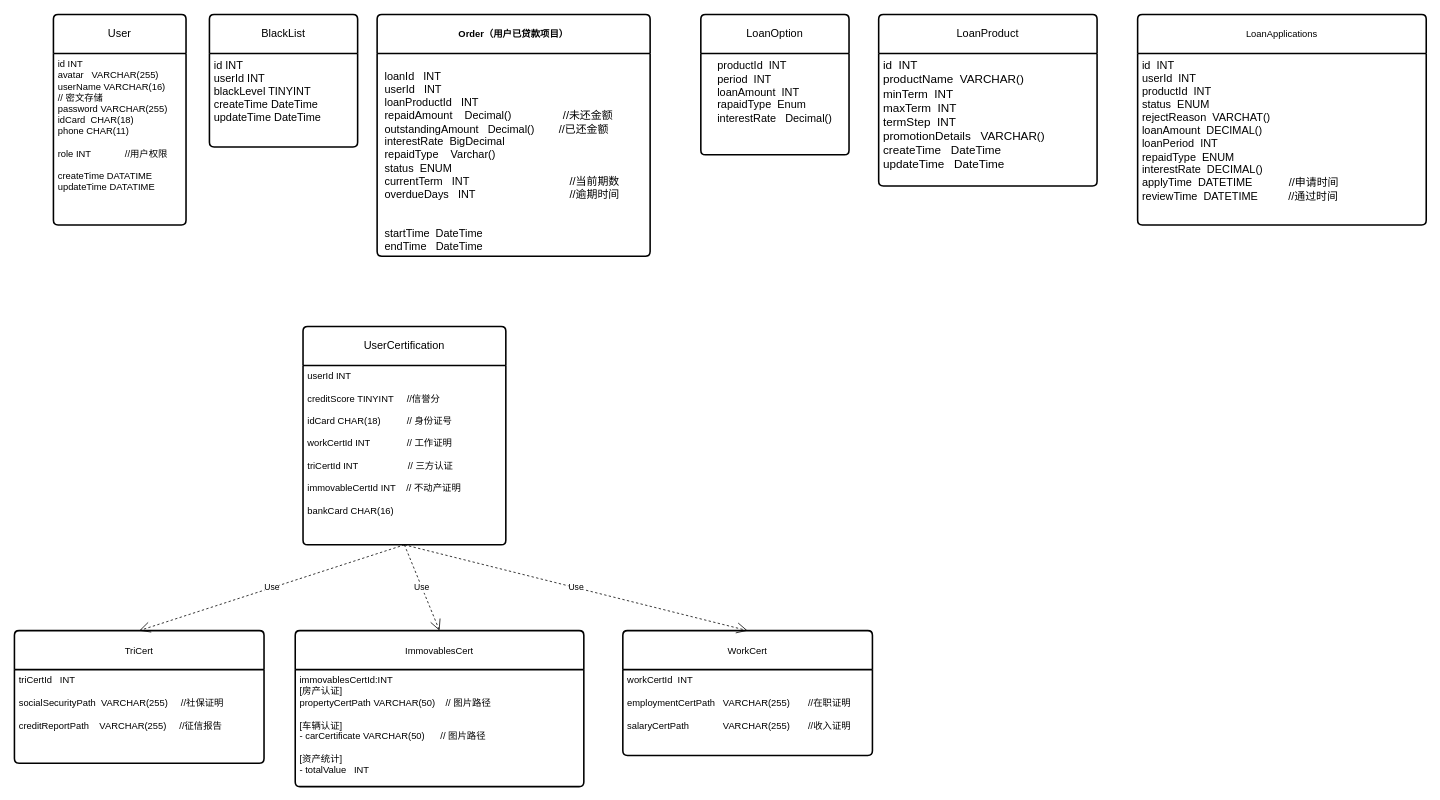
The draw.io diagram 需求分析/数据库图.drawio in syntheticfeather/Conpre_object, before the edit. Source tidied: cells renumbered, new cells numbered last; positions are measured from the earlier drawing's top-left corner, leaving out a move shared by most shapes. Both pictures are drawn from the tidied source at 78%, with x=0, y=0 at pixel (14, 14).
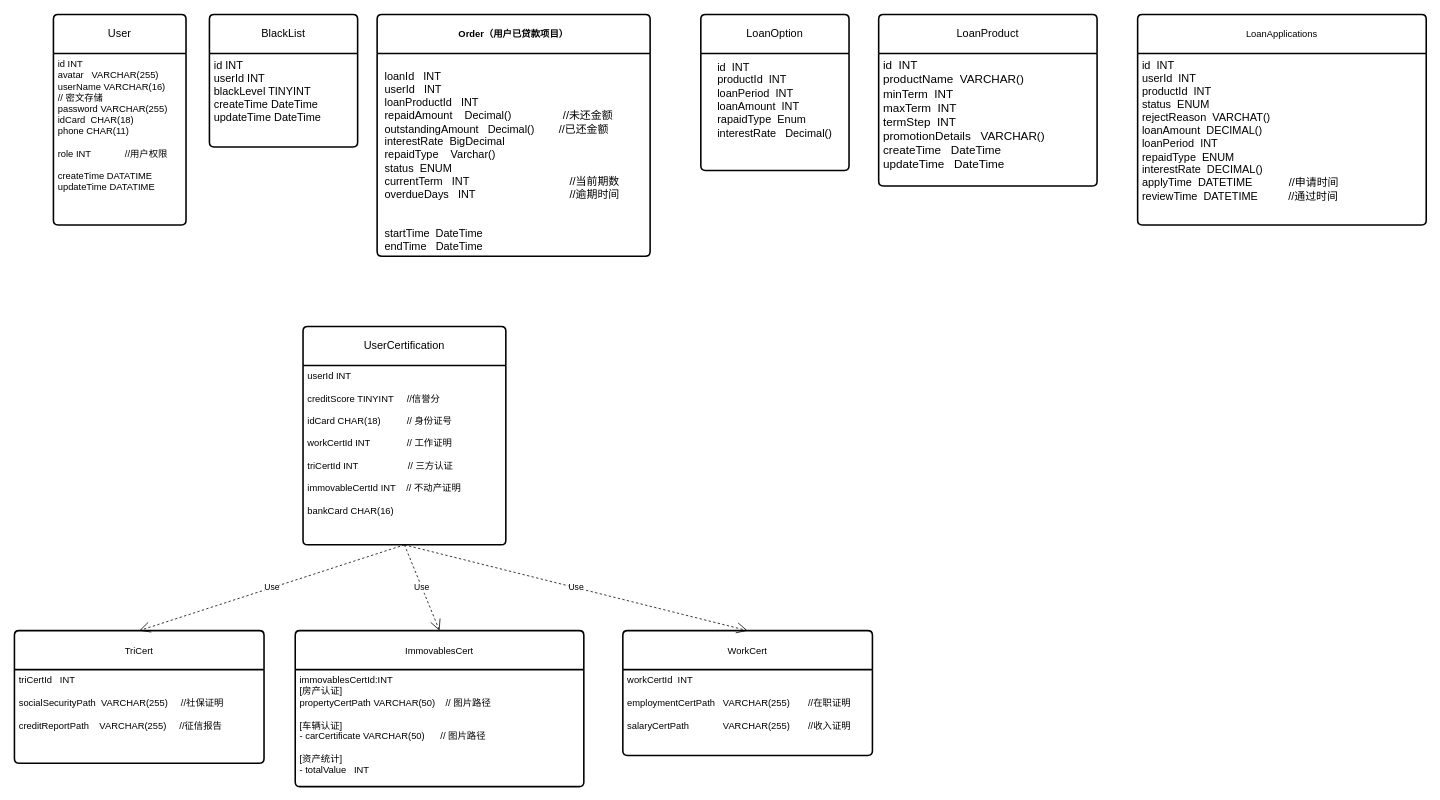
The same page after the edit.

Change to the diagram source:
```diff
@@
     <mxCell id="4" value="LoanOption" style="swimlane;horizontal=1;startSize=50;rounded=1;fontSize=14;fontStyle=0;strokeWidth=2;shadow=0;dashed=0;align=center;arcSize=4;whiteSpace=wrap;html=1;" parent="1" vertex="1">
-      <mxGeometry x="880" width="190" height="180" as="geometry" />
+      <mxGeometry x="880" width="190" height="200" as="geometry" />
     </mxCell>
-    <mxCell id="5" value="&lt;div style=&quot;text-align: left;&quot;&gt;&lt;font style=&quot;font-size: 14px;&quot;&gt;productId&amp;nbsp; INT&lt;/font&gt;&lt;/div&gt;&lt;div style=&quot;text-align: left;&quot;&gt;&lt;span style=&quot;background-color: transparent; color: light-dark(rgb(0, 0, 0), rgb(255, 255, 255));&quot;&gt;&lt;font style=&quot;font-size: 14px;&quot;&gt;period&amp;nbsp; INT&lt;/font&gt;&lt;/span&gt;&lt;/div&gt;&lt;div style=&quot;text-align: left;&quot;&gt;&lt;span style=&quot;font-size: 14px; background-color: transparent; color: light-dark(rgb(0, 0, 0), rgb(255, 255, 255));&quot;&gt;loanAmount&amp;nbsp; INT&lt;/span&gt;&lt;/div&gt;&lt;div style=&quot;text-align: left;&quot;&gt;&lt;div&gt;&lt;span style=&quot;background-color: transparent; color: light-dark(rgb(0, 0, 0), rgb(255, 255, 255));&quot;&gt;&lt;font style=&quot;font-size: 14px;&quot;&gt;rapaidType&amp;nbsp; Enum&amp;nbsp;&amp;nbsp;&lt;/font&gt;&lt;/span&gt;&lt;/div&gt;&lt;div&gt;&lt;div&gt;&lt;font style=&quot;font-size: 14px;&quot;&gt;interestRate&amp;nbsp; &amp;nbsp;Decimal()&lt;/font&gt;&lt;/div&gt;&lt;/div&gt;&lt;div&gt;&lt;font style=&quot;font-size: 14px;&quot;&gt;&lt;br&gt;&lt;/font&gt;&lt;/div&gt;&lt;div&gt;&lt;br&gt;&lt;/div&gt;&lt;/div&gt;" style="text;html=1;whiteSpace=wrap;strokeColor=none;fillColor=none;align=center;verticalAlign=middle;rounded=0;" parent="4" vertex="1">
-      <mxGeometry y="50" width="190" height="130" as="geometry" />
+    <mxCell id="5" value="&lt;div style=&quot;text-align: left;&quot;&gt;&lt;font style=&quot;font-size: 14px;&quot;&gt;id&amp;nbsp; INT&lt;/font&gt;&lt;/div&gt;&lt;div style=&quot;text-align: left;&quot;&gt;&lt;font style=&quot;font-size: 14px;&quot;&gt;productId&amp;nbsp; INT&lt;/font&gt;&lt;/div&gt;&lt;div style=&quot;text-align: left;&quot;&gt;&lt;span style=&quot;background-color: transparent; color: light-dark(rgb(0, 0, 0), rgb(255, 255, 255));&quot;&gt;&lt;font style=&quot;font-size: 14px;&quot;&gt;loanPeriod&amp;nbsp; INT&lt;/font&gt;&lt;/span&gt;&lt;/div&gt;&lt;div style=&quot;text-align: left;&quot;&gt;&lt;span style=&quot;font-size: 14px; background-color: transparent; color: light-dark(rgb(0, 0, 0), rgb(255, 255, 255));&quot;&gt;loanAmount&amp;nbsp; INT&lt;/span&gt;&lt;/div&gt;&lt;div style=&quot;text-align: left;&quot;&gt;&lt;div&gt;&lt;span style=&quot;background-color: transparent; color: light-dark(rgb(0, 0, 0), rgb(255, 255, 255));&quot;&gt;&lt;font style=&quot;font-size: 14px;&quot;&gt;rapaidType&amp;nbsp; Enum&amp;nbsp;&amp;nbsp;&lt;/font&gt;&lt;/span&gt;&lt;/div&gt;&lt;div&gt;&lt;div&gt;&lt;font style=&quot;font-size: 14px;&quot;&gt;interestRate&amp;nbsp; &amp;nbsp;Decimal()&lt;/font&gt;&lt;/div&gt;&lt;/div&gt;&lt;div&gt;&lt;font style=&quot;font-size: 14px;&quot;&gt;&lt;br&gt;&lt;/font&gt;&lt;/div&gt;&lt;div&gt;&lt;br&gt;&lt;/div&gt;&lt;/div&gt;" style="text;html=1;whiteSpace=wrap;strokeColor=none;fillColor=none;align=center;verticalAlign=middle;rounded=0;" parent="4" vertex="1">
+      <mxGeometry y="50" width="190" height="150" as="geometry" />
     </mxCell>
```
